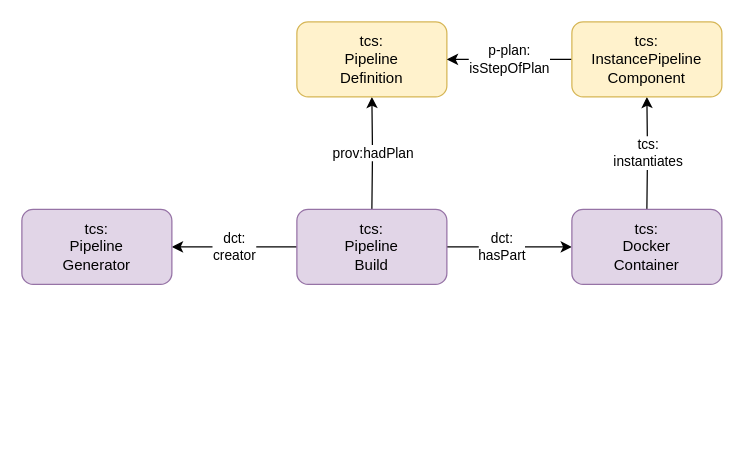
The draw.io diagram page "Pipeline Generator" (2 of 4) of semantic model/diagrams/diagrams.drawio in thcarsten/toolchain-specification, before the edit. Source tidied: cells renumbered, new cells numbered last; positions are measured from the earlier drawing's top-left corner, leaving out a move shared by most shapes. Both pictures are drawn from the tidied source at 125%, with x=0, y=0 at pixel (21, 21).
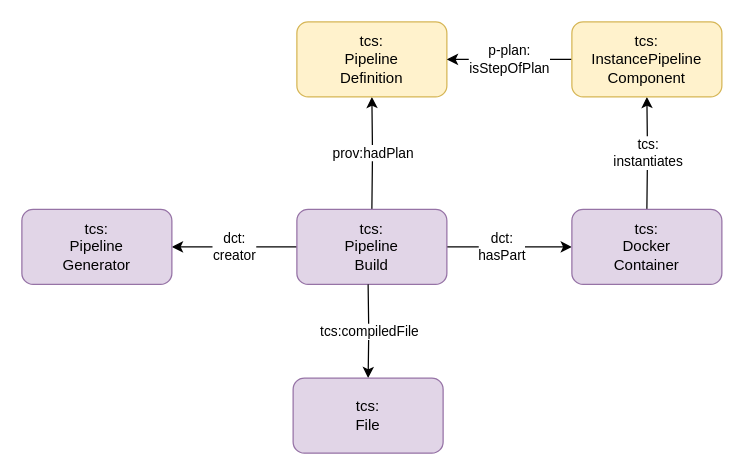
The same diagram, later.

Change to the diagram source:
```diff
@@
 <mxGraphModel>
   <root>
     <mxCell id="0" />
     <mxCell id="1" parent="0" />
     <mxCell id="2" value="prov:hadPlan" style="edgeStyle=orthogonalEdgeStyle;rounded=0;jettySize=auto;html=1;exitX=0.5;exitY=0;exitDx=0;exitDy=0;entryX=0.5;entryY=1;entryDx=0;entryDy=0;" parent="1" edge="1" target="4">
       <mxGeometry relative="1" as="geometry">
         <mxPoint x="280" y="150" as="sourcePoint" />
       </mxGeometry>
     </mxCell>
     <mxCell id="3" value="tcs:&lt;div&gt;instantiates&lt;/div&gt;" style="edgeStyle=orthogonalEdgeStyle;rounded=0;jettySize=auto;html=1;exitX=0.5;exitY=0;exitDx=0;exitDy=0;entryX=0.5;entryY=1;entryDx=0;entryDy=0;" parent="1" edge="1" target="6">
       <mxGeometry relative="1" as="geometry">
         <mxPoint x="500" y="150" as="sourcePoint" />
       </mxGeometry>
     </mxCell>
     <mxCell id="4" value="tcs:&lt;div&gt;Pipeline&lt;div&gt;Definition&lt;/div&gt;&lt;/div&gt;" style="rounded=1;whiteSpace=wrap;html=1;fillColor=#fff2cc;strokeColor=#d6b656;" parent="1" vertex="1">
       <mxGeometry x="220" width="120" height="60" as="geometry" />
     </mxCell>
     <mxCell id="5" value="p-plan:&lt;div&gt;isStepOfPlan&lt;/div&gt;" style="edgeStyle=orthogonalEdgeStyle;rounded=0;jettySize=auto;html=1;exitX=0;exitY=0.5;exitDx=0;exitDy=0;entryX=1;entryY=0.5;entryDx=0;entryDy=0;" parent="1" edge="1" source="6" target="4">
       <mxGeometry relative="1" as="geometry" />
     </mxCell>
     <mxCell id="6" value="&lt;span style=&quot;background-color: transparent; color: light-dark(rgb(0, 0, 0), rgb(255, 255, 255));&quot;&gt;tcs:&lt;/span&gt;&lt;div&gt;&lt;span&gt;InstancePipeline&lt;/span&gt;&lt;div&gt;&lt;span&gt;Component&lt;/span&gt;&lt;span style=&quot;background-color: transparent; color: light-dark(rgb(0, 0, 0), rgb(255, 255, 255));&quot;&gt;&lt;br&gt;&lt;/span&gt;&lt;/div&gt;&lt;/div&gt;" style="rounded=1;whiteSpace=wrap;html=1;fillColor=#fff2cc;strokeColor=#d6b656;" parent="1" vertex="1">
       <mxGeometry x="440" width="120" height="60" as="geometry" />
     </mxCell>
     <mxCell id="7" value="dct:&lt;div&gt;creator&lt;/div&gt;" style="edgeStyle=orthogonalEdgeStyle;rounded=0;jettySize=auto;html=1;exitX=0;exitY=0.5;exitDx=0;exitDy=0;entryX=1;entryY=0.5;entryDx=0;entryDy=0;" parent="1" edge="1" source="9" target="11">
       <mxGeometry relative="1" as="geometry" />
     </mxCell>
     <mxCell id="8" value="dct:&lt;div&gt;hasPart&lt;/div&gt;" style="edgeStyle=orthogonalEdgeStyle;rounded=0;jettySize=auto;html=1;exitX=1;exitY=0.5;exitDx=0;exitDy=0;" parent="1" edge="1" source="9" target="10">
       <mxGeometry x="-0.13" relative="1" as="geometry" />
     </mxCell>
     <mxCell id="9" value="tcs:&lt;div&gt;Pipeline&lt;div&gt;Build&lt;/div&gt;&lt;/div&gt;" style="rounded=1;whiteSpace=wrap;html=1;fillColor=#e1d5e7;strokeColor=#9673a6;" parent="1" vertex="1">
       <mxGeometry x="220" y="150" width="120" height="60" as="geometry" />
     </mxCell>
     <mxCell id="10" value="tcs:&lt;div&gt;Docker&lt;div&gt;Container&lt;/div&gt;&lt;/div&gt;" style="rounded=1;whiteSpace=wrap;html=1;fillColor=#e1d5e7;strokeColor=#9673a6;" parent="1" vertex="1">
       <mxGeometry x="440" y="150" width="120" height="60" as="geometry" />
     </mxCell>
     <mxCell id="11" value="tcs:&lt;div&gt;Pipeline&lt;div&gt;Generator&lt;/div&gt;&lt;/div&gt;" style="rounded=1;whiteSpace=wrap;html=1;fillColor=#e1d5e7;strokeColor=#9673a6;" parent="1" vertex="1">
       <mxGeometry y="150" width="120" height="60" as="geometry" />
     </mxCell>
+    <mxCell id="12" value="tcs:compiledFile" style="edgeStyle=orthogonalEdgeStyle;rounded=0;jettySize=auto;html=1;exitX=0.5;exitY=1;exitDx=0;exitDy=0;entryX=0.5;entryY=0;entryDx=0;entryDy=0;" parent="1" edge="1" target="13">
+      <mxGeometry relative="1" as="geometry">
+        <mxPoint x="277" y="210" as="sourcePoint" />
+      </mxGeometry>
+    </mxCell>
+    <mxCell id="13" value="tcs:&lt;div&gt;File&lt;/div&gt;" style="rounded=1;whiteSpace=wrap;html=1;fillColor=#e1d5e7;strokeColor=#9673a6;" parent="1" vertex="1">
+      <mxGeometry x="217" y="285" width="120" height="60" as="geometry" />
+    </mxCell>
   </root>
 </mxGraphModel>
```
